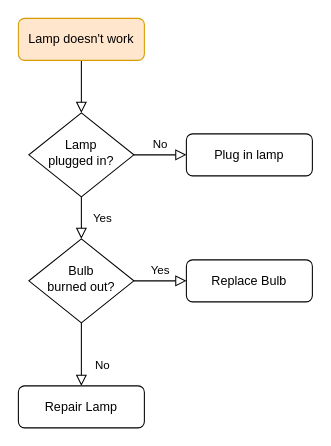
Earlier version of the draw.io diagram 未命名绘图.drawio (siyuankang/-). Source tidied: cells renumbered, new cells numbered last; positions are measured from the earlier drawing's top-left corner, leaving out a move shared by most shapes. Both pictures are drawn from the tidied source at 105%, with x=0, y=0 at pixel (18, 18).
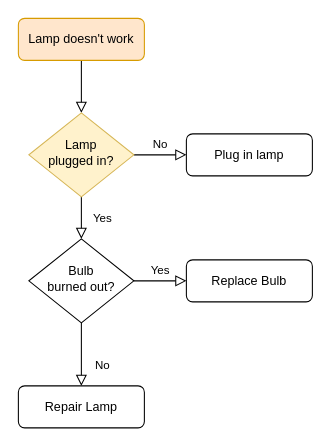
The same diagram, later.

Commit message:
流程图测试.drawio

Diff of the diagram source:
```diff
@@
 <mxGraphModel>
   <root>
     <mxCell id="0" />
     <mxCell id="1" parent="0" />
     <mxCell id="2" style="rounded=0;html=1;jettySize=auto;fontSize=11;endArrow=block;endFill=0;endSize=8;strokeWidth=1;shadow=0;labelBackgroundColor=none;edgeStyle=orthogonalEdgeStyle;" parent="1" edge="1" source="3" target="6">
       <mxGeometry relative="1" as="geometry" />
     </mxCell>
     <mxCell id="3" value="Lamp doesn't work" style="rounded=1;whiteSpace=wrap;html=1;fontSize=12;glass=0;strokeWidth=1;shadow=0;fillColor=#ffe6cc;strokeColor=#d79b00;" parent="1" vertex="1">
       <mxGeometry width="120" height="40" as="geometry" />
     </mxCell>
     <mxCell id="4" value="Yes" style="rounded=0;html=1;jettySize=auto;fontSize=11;endArrow=block;endFill=0;endSize=8;strokeWidth=1;shadow=0;labelBackgroundColor=none;edgeStyle=orthogonalEdgeStyle;" parent="1" edge="1" source="6" target="10">
       <mxGeometry y="20" relative="1" as="geometry" />
     </mxCell>
     <mxCell id="5" value="No" style="edgeStyle=orthogonalEdgeStyle;rounded=0;html=1;jettySize=auto;fontSize=11;endArrow=block;endFill=0;endSize=8;strokeWidth=1;shadow=0;labelBackgroundColor=none;" parent="1" edge="1" source="6" target="7">
       <mxGeometry y="10" relative="1" as="geometry" />
     </mxCell>
-    <mxCell id="6" value="Lamp&lt;br&gt;plugged in?" style="rhombus;whiteSpace=wrap;html=1;shadow=0;fontFamily=Helvetica;fontSize=12;align=center;strokeWidth=1;spacing=6;spacingTop=-4;" parent="1" vertex="1">
+    <mxCell id="6" value="Lamp&lt;br&gt;plugged in?" style="rhombus;whiteSpace=wrap;html=1;shadow=0;fontFamily=Helvetica;fontSize=12;align=center;strokeWidth=1;spacing=6;spacingTop=-4;fillColor=#fff2cc;strokeColor=#d6b656;" parent="1" vertex="1">
       <mxGeometry x="10" y="90" width="100" height="80" as="geometry" />
     </mxCell>
     <mxCell id="7" value="Plug in lamp" style="rounded=1;whiteSpace=wrap;html=1;fontSize=12;glass=0;strokeWidth=1;shadow=0;" parent="1" vertex="1">
       <mxGeometry x="160" y="110" width="120" height="40" as="geometry" />
     </mxCell>
     <mxCell id="8" value="No" style="rounded=0;html=1;jettySize=auto;fontSize=11;endArrow=block;endFill=0;endSize=8;strokeWidth=1;shadow=0;labelBackgroundColor=none;edgeStyle=orthogonalEdgeStyle;" parent="1" edge="1" source="10" target="11">
       <mxGeometry x="0.33" y="20" relative="1" as="geometry" />
     </mxCell>
     <mxCell id="9" value="Yes" style="edgeStyle=orthogonalEdgeStyle;rounded=0;html=1;jettySize=auto;fontSize=11;endArrow=block;endFill=0;endSize=8;strokeWidth=1;shadow=0;labelBackgroundColor=none;" parent="1" edge="1" source="10" target="12">
       <mxGeometry y="10" relative="1" as="geometry" />
     </mxCell>
     <mxCell id="10" value="Bulb&lt;br&gt;burned out?" style="rhombus;whiteSpace=wrap;html=1;shadow=0;fontFamily=Helvetica;fontSize=12;align=center;strokeWidth=1;spacing=6;spacingTop=-4;" parent="1" vertex="1">
       <mxGeometry x="10" y="210" width="100" height="80" as="geometry" />
     </mxCell>
     <mxCell id="11" value="Repair Lamp" style="rounded=1;whiteSpace=wrap;html=1;fontSize=12;glass=0;strokeWidth=1;shadow=0;" parent="1" vertex="1">
       <mxGeometry y="350" width="120" height="40" as="geometry" />
     </mxCell>
     <mxCell id="12" value="Replace Bulb" style="rounded=1;whiteSpace=wrap;html=1;fontSize=12;glass=0;strokeWidth=1;shadow=0;" parent="1" vertex="1">
       <mxGeometry x="160" y="230" width="120" height="40" as="geometry" />
     </mxCell>
   </root>
 </mxGraphModel>
```
